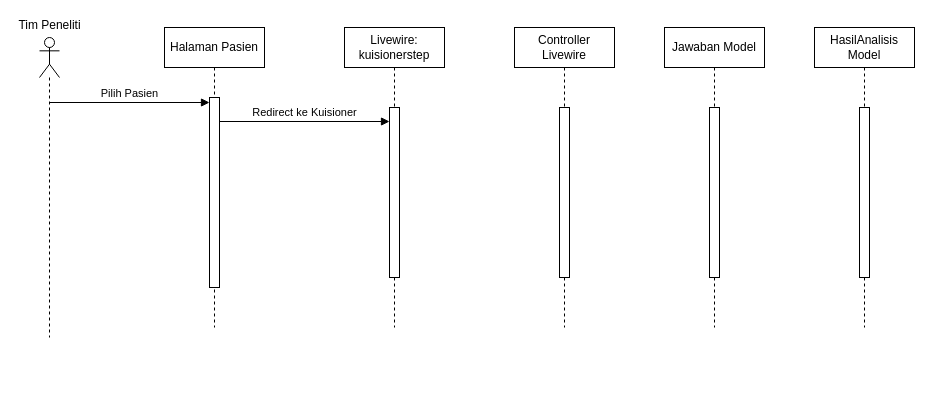
Above: sequence isi kuisioner.drawio in zzarr/Tugas-Akhir (draw.io), before the change. Source tidied: cells renumbered, new cells numbered last; positions are measured from the earlier drawing's top-left corner, leaving out a move shared by most shapes. Both pictures are drawn from the tidied source at 100%, with x=0, y=0 at pixel (16, 17).
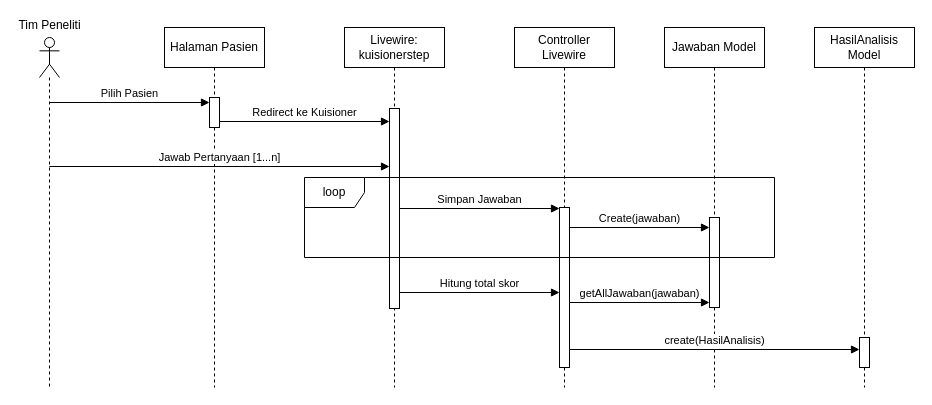
The same diagram, later.

What changed in the source:
```diff
@@
     <mxCell id="2" value="Halaman Pasien" style="shape=umlLifeline;perimeter=lifelinePerimeter;whiteSpace=wrap;html=1;newEdgeStyle={&quot;edgeStyle&quot;:&quot;elbowEdgeStyle&quot;,&quot;elbow&quot;:&quot;vertical&quot;,&quot;curved&quot;:0,&quot;rounded&quot;:0};" parent="1" vertex="1">
-      <mxGeometry x="148" y="10" width="100" height="300" as="geometry" />
+      <mxGeometry x="148" y="10" width="100" height="360" as="geometry" />
     </mxCell>
     <mxCell id="3" style="html=1;perimeter=orthogonalPerimeter;targetShapes=umlLifeline;newEdgeStyle={&quot;edgeStyle&quot;:&quot;elbowEdgeStyle&quot;,&quot;elbow&quot;:&quot;vertical&quot;,&quot;curved&quot;:0,&quot;rounded&quot;:0};" parent="2" vertex="1">
-      <mxGeometry x="45" y="70" width="10" height="190" as="geometry" />
+      <mxGeometry x="45" y="70" width="10" height="30" as="geometry" />
     </mxCell>
     <mxCell id="4" value="Livewire: kuisionerstep" style="shape=umlLifeline;perimeter=lifelinePerimeter;whiteSpace=wrap;html=1;newEdgeStyle={&quot;edgeStyle&quot;:&quot;elbowEdgeStyle&quot;,&quot;elbow&quot;:&quot;vertical&quot;,&quot;curved&quot;:0,&quot;rounded&quot;:0};" parent="1" vertex="1">
-      <mxGeometry x="328" y="10" width="100" height="300" as="geometry" />
+      <mxGeometry x="328" y="10" width="100" height="360" as="geometry" />
     </mxCell>
     <mxCell id="5" style="html=1;points=[];perimeter=orthogonalPerimeter;outlineConnect=0;targetShapes=umlLifeline;portConstraint=eastwest;newEdgeStyle={&quot;edgeStyle&quot;:&quot;elbowEdgeStyle&quot;,&quot;elbow&quot;:&quot;vertical&quot;,&quot;curved&quot;:0,&quot;rounded&quot;:0};" parent="4" vertex="1">
-      <mxGeometry x="45" y="80" width="10" height="170" as="geometry" />
+      <mxGeometry x="45" y="81" width="10" height="200" as="geometry" />
     </mxCell>
@@
     <mxCell id="7" style="shape=umlLifeline;perimeter=lifelinePerimeter;whiteSpace=wrap;html=1;outlineConnect=0;portConstraint=eastwest;newEdgeStyle={&quot;curved&quot;:0,&quot;rounded&quot;:0};participant=umlActor;" parent="1" vertex="1">
-      <mxGeometry x="23" y="20" width="20" height="300" as="geometry" />
+      <mxGeometry x="23" y="20" width="20" height="350" as="geometry" />
     </mxCell>
     <mxCell id="8" value="Controller Livewire" style="shape=umlLifeline;perimeter=lifelinePerimeter;whiteSpace=wrap;html=1;newEdgeStyle={&quot;edgeStyle&quot;:&quot;elbowEdgeStyle&quot;,&quot;elbow&quot;:&quot;vertical&quot;,&quot;curved&quot;:0,&quot;rounded&quot;:0};" parent="1" vertex="1">
-      <mxGeometry x="498" y="10" width="100" height="300" as="geometry" />
+      <mxGeometry x="498" y="10" width="100" height="360" as="geometry" />
     </mxCell>
     <mxCell id="9" style="html=1;points=[];perimeter=orthogonalPerimeter;outlineConnect=0;targetShapes=umlLifeline;portConstraint=eastwest;newEdgeStyle={&quot;edgeStyle&quot;:&quot;elbowEdgeStyle&quot;,&quot;elbow&quot;:&quot;vertical&quot;,&quot;curved&quot;:0,&quot;rounded&quot;:0};" parent="8" vertex="1">
-      <mxGeometry x="45" y="80" width="10" height="170" as="geometry" />
+      <mxGeometry x="45" y="180" width="10" height="160" as="geometry" />
     </mxCell>
     <mxCell id="10" value="Jawaban Model" style="shape=umlLifeline;perimeter=lifelinePerimeter;whiteSpace=wrap;html=1;newEdgeStyle={&quot;edgeStyle&quot;:&quot;elbowEdgeStyle&quot;,&quot;elbow&quot;:&quot;vertical&quot;,&quot;curved&quot;:0,&quot;rounded&quot;:0};" parent="1" vertex="1">
-      <mxGeometry x="648" y="10" width="100" height="300" as="geometry" />
+      <mxGeometry x="648" y="10" width="100" height="360" as="geometry" />
     </mxCell>
     <mxCell id="11" style="html=1;points=[];perimeter=orthogonalPerimeter;outlineConnect=0;targetShapes=umlLifeline;portConstraint=eastwest;newEdgeStyle={&quot;edgeStyle&quot;:&quot;elbowEdgeStyle&quot;,&quot;elbow&quot;:&quot;vertical&quot;,&quot;curved&quot;:0,&quot;rounded&quot;:0};" parent="10" vertex="1">
-      <mxGeometry x="45" y="80" width="10" height="170" as="geometry" />
+      <mxGeometry x="45" y="190" width="10" height="90" as="geometry" />
     </mxCell>
     <mxCell id="12" value="HasilAnalisis Model" style="shape=umlLifeline;perimeter=lifelinePerimeter;whiteSpace=wrap;html=1;newEdgeStyle={&quot;edgeStyle&quot;:&quot;elbowEdgeStyle&quot;,&quot;elbow&quot;:&quot;vertical&quot;,&quot;curved&quot;:0,&quot;rounded&quot;:0};" parent="1" vertex="1">
-      <mxGeometry x="798" y="10" width="100" height="300" as="geometry" />
+      <mxGeometry x="798" y="10" width="100" height="360" as="geometry" />
     </mxCell>
     <mxCell id="13" style="html=1;points=[];perimeter=orthogonalPerimeter;outlineConnect=0;targetShapes=umlLifeline;portConstraint=eastwest;newEdgeStyle={&quot;edgeStyle&quot;:&quot;elbowEdgeStyle&quot;,&quot;elbow&quot;:&quot;vertical&quot;,&quot;curved&quot;:0,&quot;rounded&quot;:0};" parent="12" vertex="1">
-      <mxGeometry x="45" y="80" width="10" height="170" as="geometry" />
+      <mxGeometry x="45" y="310" width="10" height="30" as="geometry" />
     </mxCell>
@@
+    <mxCell id="16" value="Jawab Pertanyaan [1...n]" style="html=1;verticalAlign=bottom;endArrow=block;curved=0;rounded=0;" parent="1" edge="1">
+      <mxGeometry relative="1" as="geometry">
+        <mxPoint x="32.9" y="149" as="sourcePoint" />
+        <mxPoint x="373" y="149" as="targetPoint" />
+      </mxGeometry>
+    </mxCell>
+    <mxCell id="17" value="Simpan Jawaban" style="html=1;verticalAlign=bottom;endArrow=block;curved=0;rounded=0;" parent="1" edge="1" target="9">
+      <mxGeometry relative="1" as="geometry">
+        <mxPoint x="383" y="191" as="sourcePoint" />
+      </mxGeometry>
+    </mxCell>
+    <mxCell id="18" value="Create(jawaban)" style="html=1;verticalAlign=bottom;endArrow=block;curved=0;rounded=0;" parent="1" edge="1" target="11">
+      <mxGeometry relative="1" as="geometry">
+        <mxPoint x="553" y="210" as="sourcePoint" />
+      </mxGeometry>
+    </mxCell>
+    <mxCell id="19" value="loop" style="shape=umlFrame;whiteSpace=wrap;html=1;" parent="1" vertex="1">
+      <mxGeometry x="288" y="160" width="470" height="80" as="geometry" />
+    </mxCell>
+    <mxCell id="20" value="Hitung total skor" style="html=1;verticalAlign=bottom;endArrow=block;curved=0;rounded=0;" parent="1" edge="1" target="9">
+      <mxGeometry relative="1" as="geometry">
+        <mxPoint x="383" y="275" as="sourcePoint" />
+      </mxGeometry>
+    </mxCell>
+    <mxCell id="21" value="getAllJawaban(jawaban)" style="html=1;verticalAlign=bottom;endArrow=block;curved=0;rounded=0;" parent="1" edge="1" target="11">
+      <mxGeometry relative="1" as="geometry">
+        <mxPoint x="553" y="285" as="sourcePoint" />
+      </mxGeometry>
+    </mxCell>
+    <mxCell id="22" value="create(HasilAnalisis)" style="html=1;verticalAlign=bottom;endArrow=block;curved=0;rounded=0;" parent="1" edge="1" target="13">
+      <mxGeometry relative="1" as="geometry">
+        <mxPoint x="553" y="332" as="sourcePoint" />
+      </mxGeometry>
+    </mxCell>
```
